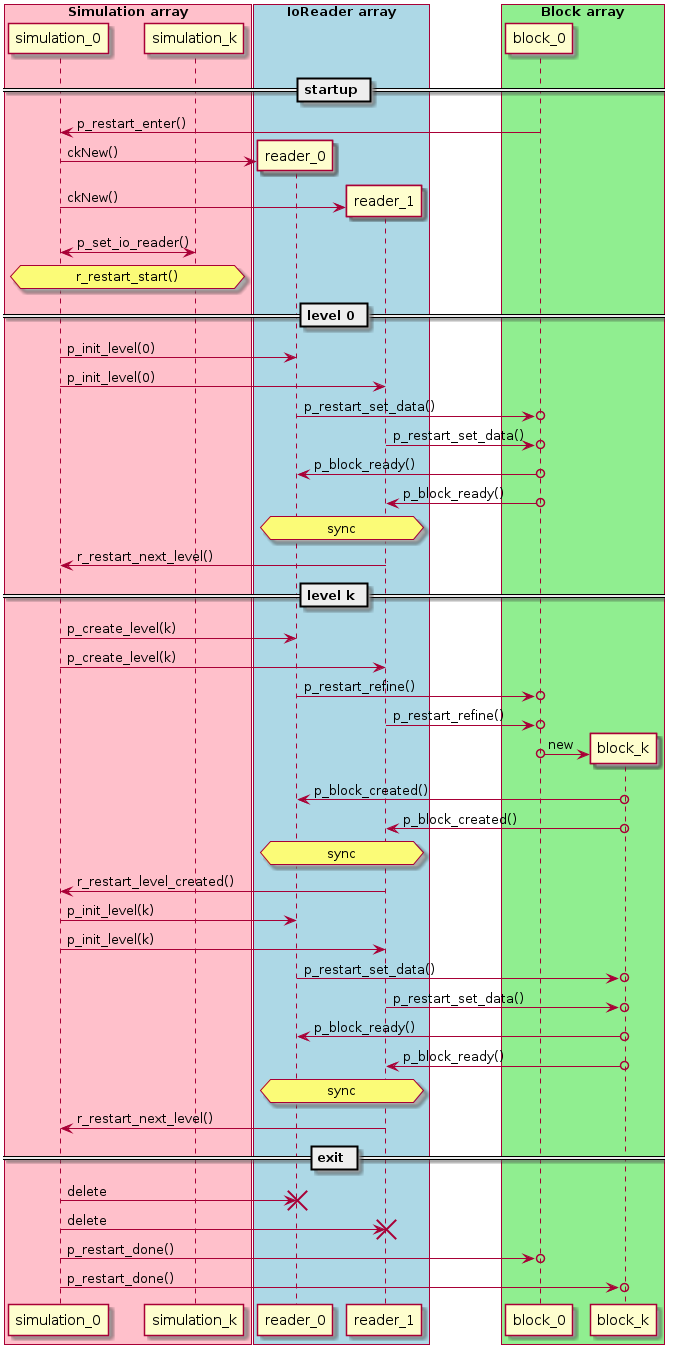
This is doc/source/design/io-read.png from enzo-project/enzo-e, a PlantUML export, as it was before one commit. Source of this version:
```plantuml
@startuml

box "Simulation array" #Pink
participant simulation_0 as s0
participant simulation_k as sk
end box

box "IoReader array" #LightBlue
participant reader_0 as r0
participant reader_1 as r1
end box

box "Block array" #LightGreen
participant block_0 as b0
participant block_k as bk
end box

== startup ==

b0 -> s0 : p_restart_enter()
s0 -> r0 ** : ckNew()
s0 -> r1 ** : ckNew()
s0 <-> sk : p_set_io_reader()
hnote over s0,sk : r_restart_start()

== level 0 ==

s0 -> r0 : p_init_level(0)
s0 -> r1 : p_init_level(0)
r0 ->o b0 : p_restart_set_data()
r1 ->o b0 : p_restart_set_data()
b0 o-> r0 : p_block_ready()
b0 o-> r1 : p_block_ready()
hnote over r0,r1 : sync
r1 -> s0 : r_restart_next_level()

== level k ==

s0 -> r0 : p_create_level(k)
s0 -> r1 : p_create_level(k)
r0 ->o b0 : p_restart_refine()
r1 ->o b0 : p_restart_refine()
b0 o-> bk ** : new
bk o-> r0 : p_block_created()
bk o-> r1 : p_block_created()
hnote over r0,r1 : sync
r1 -> s0 : r_restart_level_created()
s0 -> r0 : p_init_level(k)
s0 -> r1 : p_init_level(k)
r0 ->o bk : p_restart_set_data()
r1 ->o bk : p_restart_set_data()
bk o-> r0 : p_block_ready()
bk o-> r1 : p_block_ready()
hnote over r0,r1 : sync
r1 -> s0 : r_restart_next_level()
== exit ==
s0 -> r0 : delete
destroy r0
s0 -> r1 : delete
destroy r1
s0 ->o b0 : p_restart_done()
s0 ->o bk : p_restart_done()

@enduml
```
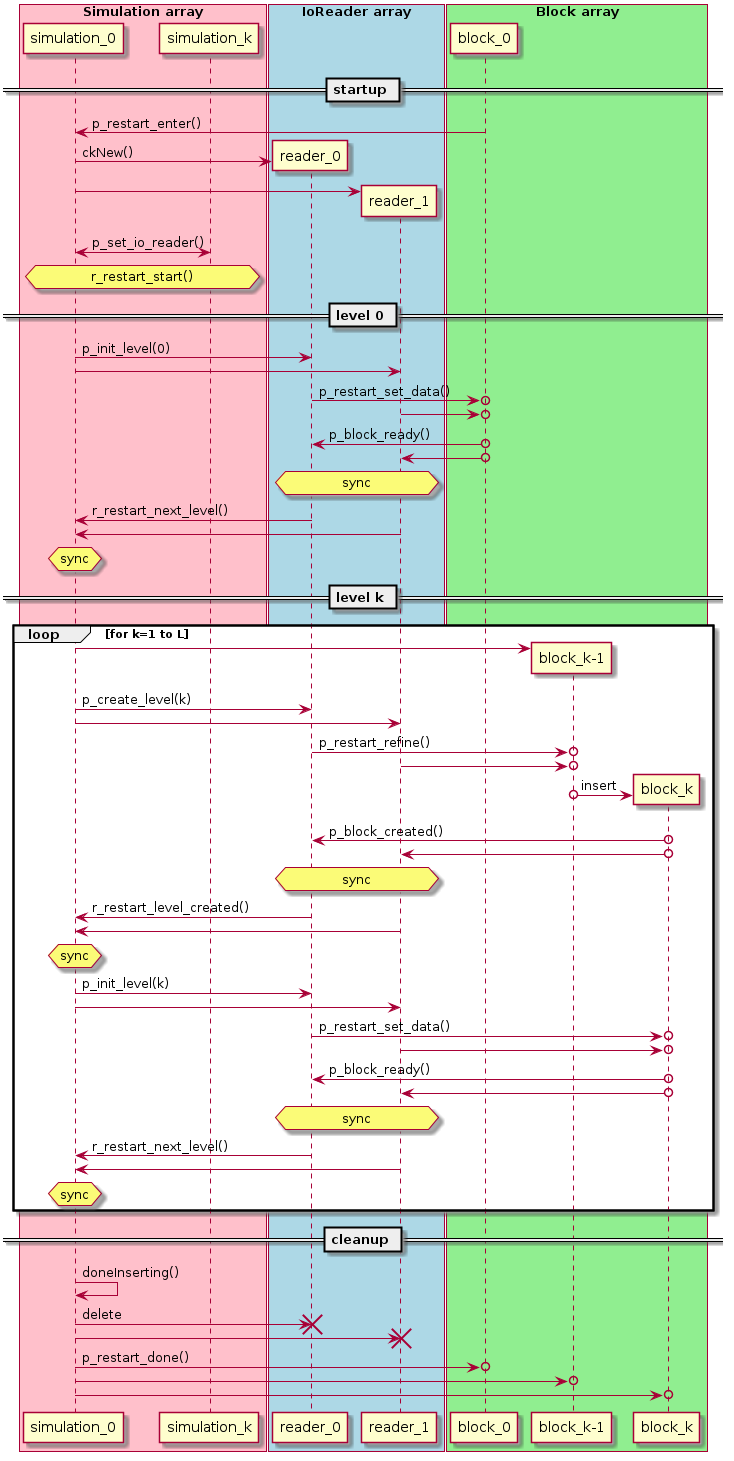
The same file after the commit.

What changed in the source:
```diff
@@ -12,53 +12,65 @@
 
 box "Block array" #LightGreen
 participant block_0 as b0
-participant block_k as bk
+participant "block_k-1" as bk
+participant "block_k" as bkp1
 end box
 
 == startup ==
 
 b0 -> s0 : p_restart_enter()
 s0 -> r0 ** : ckNew()
-s0 -> r1 ** : ckNew()
+s0 -> r1 **
 s0 <-> sk : p_set_io_reader()
 hnote over s0,sk : r_restart_start()
 
 == level 0 ==
 
 s0 -> r0 : p_init_level(0)
-s0 -> r1 : p_init_level(0)
+s0 -> r1
 r0 ->o b0 : p_restart_set_data()
-r1 ->o b0 : p_restart_set_data()
+r1 ->o b0
 b0 o-> r0 : p_block_ready()
-b0 o-> r1 : p_block_ready()
+b0 o-> r1
 hnote over r0,r1 : sync
-r1 -> s0 : r_restart_next_level()
+r0 -> s0 : r_restart_next_level()
+r1 -> s0
+hnote over s0 : sync
 
 == level k ==
+loop for k=1 to L
+s0 -> bk **
+s0 -> r0 : p_create_level(k)
+s0 -> r1
+r0 ->o bk : p_restart_refine()
+r1 ->o bk
+bk o-> bkp1 ** : insert
+bkp1 o-> r0 : p_block_created()
+bkp1 o-> r1
 
-s0 -> r0 : p_create_level(k)
-s0 -> r1 : p_create_level(k)
-r0 ->o b0 : p_restart_refine()
-r1 ->o b0 : p_restart_refine()
-b0 o-> bk ** : new
-bk o-> r0 : p_block_created()
-bk o-> r1 : p_block_created()
 hnote over r0,r1 : sync
-r1 -> s0 : r_restart_level_created()
+r0 -> s0 : r_restart_level_created()
+r1 -> s0
+hnote over s0 : sync
 s0 -> r0 : p_init_level(k)
-s0 -> r1 : p_init_level(k)
-r0 ->o bk : p_restart_set_data()
-r1 ->o bk : p_restart_set_data()
-bk o-> r0 : p_block_ready()
-bk o-> r1 : p_block_ready()
+s0 -> r1
+r0 ->o bkp1 : p_restart_set_data()
+r1 ->o bkp1
+bkp1 o-> r0 : p_block_ready()
+bkp1 o-> r1
 hnote over r0,r1 : sync
-r1 -> s0 : r_restart_next_level()
-== exit ==
+r0 -> s0 : r_restart_next_level()
+r1 -> s0
+hnote over s0 : sync
+end
+== cleanup ==
+s0 -> s0 : doneInserting()
 s0 -> r0 : delete
 destroy r0
-s0 -> r1 : delete
+s0 -> r1
 destroy r1
 s0 ->o b0 : p_restart_done()
-s0 ->o bk : p_restart_done()
+s0 ->o bk
+s0 ->o bkp1
 
 @enduml
```
